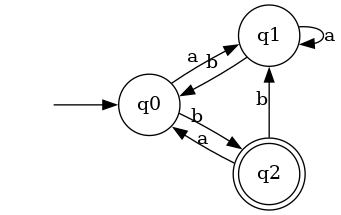
The Graphviz diagram src/static/DFA.gv.png in aayushYash/TransitionTableToDFA, before a commit. Its source is kept beside it as src/static/DFA.gv. The source it was exported from:
```dot
digraph DFA {
	node [shape=circle]
	"" [style=invis]
	q2 [shape=doublecircle]
	"" -> q0
	q0 -> q1 [label=a]
	q0 -> q2 [label=b]
	q1 -> q1 [label=a]
	q1 -> q0 [label=b]
	q2 -> q0 [label=a]
	q2 -> q1 [label=b]
}
```
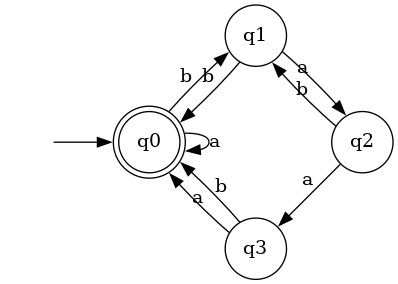
The same file after the commit.

The edit, as a diff of the source:
```diff
@@ -1,12 +1,14 @@
 digraph DFA {
 	node [shape=circle]
 	"" [style=invis]
-	q2 [shape=doublecircle]
+	q0 [shape=doublecircle]
 	"" -> q0
-	q0 -> q1 [label=a]
-	q0 -> q2 [label=b]
-	q1 -> q1 [label=a]
+	q0 -> q0 [label=a]
+	q0 -> q1 [label=b]
+	q1 -> q2 [label=a]
 	q1 -> q0 [label=b]
-	q2 -> q0 [label=a]
+	q2 -> q3 [label=a]
 	q2 -> q1 [label=b]
+	q3 -> q0 [label=a]
+	q3 -> q0 [label=b]
 }
```
